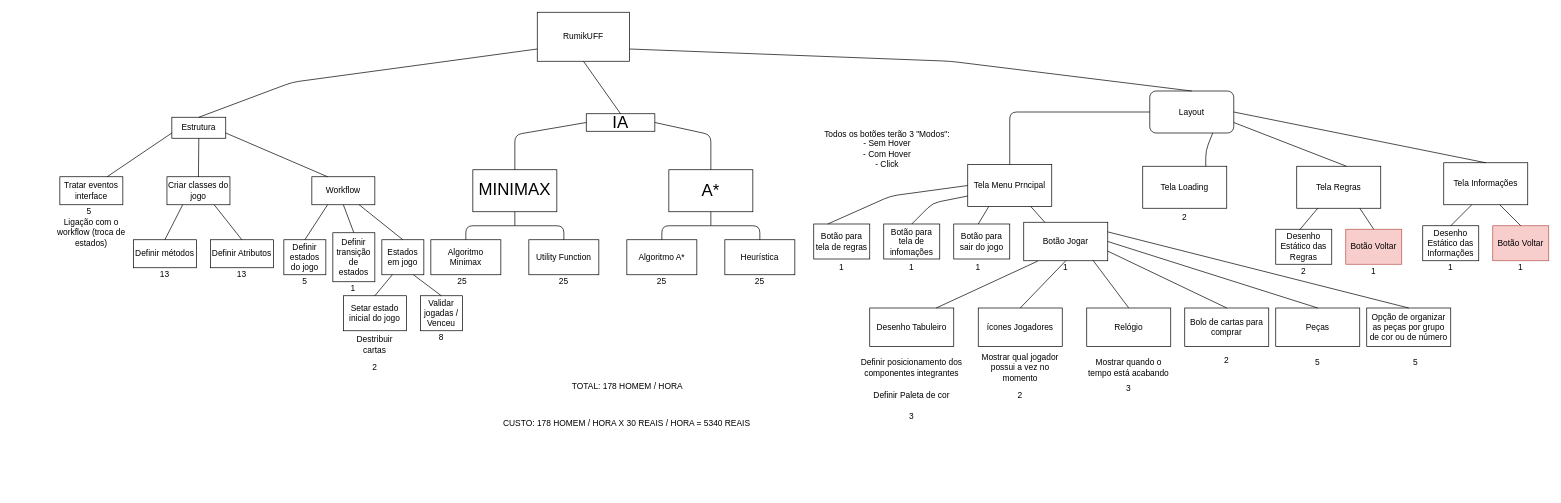
This is Arquivos de gestão/Geral/EAP Geral + Poker com custo calculado.drawio from marcosousa-uff/Rummikuff, a draw.io file, before an edit. Source tidied: cells renumbered, new cells numbered last; positions are measured from the earlier drawing's top-left corner, leaving out a move shared by most shapes. Both pictures are drawn from the tidied source at 70%, with x=0, y=0 at pixel (49, 12).
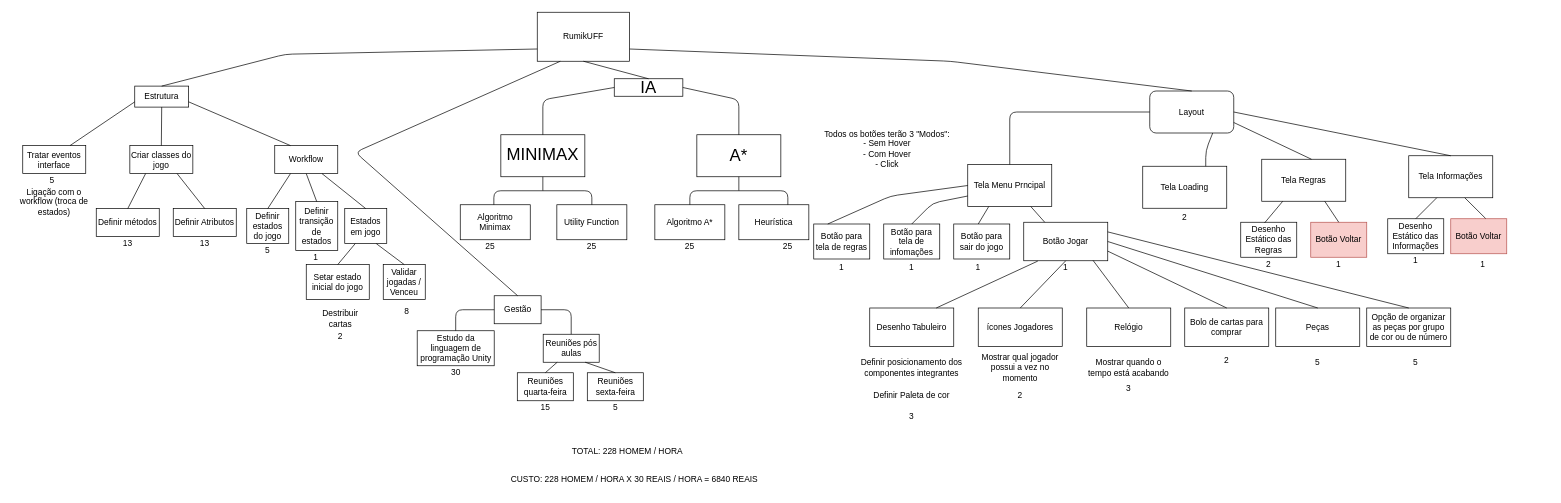
The same page after the edit.

Commit message (it also covers changes not shown here):
Atualizando uma nova árvore de reuniões

The change refers to these unchanged cells:
```xml
<mxCell id="2" value="RumikUFF" style="rounded=0;whiteSpace=wrap;html=1;" parent="1" vertex="1">
  <mxGeometry x="697" width="132" height="70" as="geometry" />
</mxCell>
```

The edit, as a diff of the source:
```diff
@@
     <mxCell id="3" value="Estrutura&lt;br&gt;" style="rounded=0;whiteSpace=wrap;html=1;" parent="1" vertex="1">
-      <mxGeometry x="175" y="150" width="77" height="30" as="geometry" />
+      <mxGeometry x="122" y="105.5" width="77" height="30" as="geometry" />
     </mxCell>
     <mxCell id="4" value="Tratar eventos interface&lt;br&gt;" style="rounded=0;whiteSpace=wrap;html=1;" parent="1" vertex="1">
-      <mxGeometry x="15" y="235" width="90" height="40" as="geometry" />
+      <mxGeometry x="-38" y="190.5" width="90" height="40" as="geometry" />
     </mxCell>
     <mxCell id="5" value="Criar classes do jogo&lt;br&gt;" style="rounded=0;whiteSpace=wrap;html=1;" parent="1" vertex="1">
-      <mxGeometry x="168" y="235" width="90" height="40" as="geometry" />
+      <mxGeometry x="115" y="190.5" width="90" height="40" as="geometry" />
     </mxCell>
     <mxCell id="6" value="Workflow&lt;br&gt;" style="rounded=0;whiteSpace=wrap;html=1;" parent="1" vertex="1">
-      <mxGeometry x="375" y="235" width="90" height="40" as="geometry" />
+      <mxGeometry x="322" y="190.5" width="90" height="40" as="geometry" />
     </mxCell>
     <mxCell id="7" value="Ligação com o workflow (troca de estados)&lt;br&gt;" style="text;html=1;strokeColor=none;fillColor=none;align=center;verticalAlign=middle;whiteSpace=wrap;rounded=0;" parent="1" vertex="1">
-      <mxGeometry y="295" width="120" height="40" as="geometry" />
+      <mxGeometry x="-53" y="250.5" width="120" height="40" as="geometry" />
     </mxCell>
     <mxCell id="8" value="Definir métodos&lt;br&gt;" style="rounded=0;whiteSpace=wrap;html=1;" parent="1" vertex="1">
-      <mxGeometry x="120" y="325" width="90" height="40" as="geometry" />
+      <mxGeometry x="67" y="280.5" width="90" height="40" as="geometry" />
     </mxCell>
     <mxCell id="9" value="Definir Atributos&lt;br&gt;" style="rounded=0;whiteSpace=wrap;html=1;" parent="1" vertex="1">
-      <mxGeometry x="230" y="325" width="90" height="40" as="geometry" />
+      <mxGeometry x="177" y="280.5" width="90" height="40" as="geometry" />
     </mxCell>
     <mxCell id="10" value="Definir estados do jogo&lt;br&gt;" style="rounded=0;whiteSpace=wrap;html=1;" parent="1" vertex="1">
-      <mxGeometry x="335" y="325" width="60" height="50" as="geometry" />
+      <mxGeometry x="282" y="280.5" width="60" height="50" as="geometry" />
     </mxCell>
     <mxCell id="11" value="Definir transição de estados&lt;br&gt;" style="rounded=0;whiteSpace=wrap;html=1;" parent="1" vertex="1">
-      <mxGeometry x="405" y="315" width="60" height="70" as="geometry" />
+      <mxGeometry x="352" y="270.5" width="60" height="70" as="geometry" />
     </mxCell>
     <mxCell id="12" value="Estados em jogo&lt;br&gt;" style="rounded=0;whiteSpace=wrap;html=1;" parent="1" vertex="1">
-      <mxGeometry x="475" y="325" width="60" height="50" as="geometry" />
+      <mxGeometry x="422" y="280.5" width="60" height="50" as="geometry" />
     </mxCell>
     <mxCell id="13" value="Setar estado inicial do jogo&lt;br&gt;" style="rounded=0;whiteSpace=wrap;html=1;" parent="1" vertex="1">
-      <mxGeometry x="420" y="405" width="90" height="50" as="geometry" />
+      <mxGeometry x="367" y="360.5" width="90" height="50" as="geometry" />
     </mxCell>
     <mxCell id="14" value="Validar jogadas / Venceu&lt;br&gt;" style="rounded=0;whiteSpace=wrap;html=1;" parent="1" vertex="1">
-      <mxGeometry x="530" y="405" width="60" height="50" as="geometry" />
+      <mxGeometry x="477" y="360.5" width="60" height="50" as="geometry" />
     </mxCell>
     <mxCell id="15" value="Destribuir cartas" style="text;html=1;strokeColor=none;fillColor=none;align=center;verticalAlign=middle;whiteSpace=wrap;rounded=0;" parent="1" vertex="1">
-      <mxGeometry x="435" y="460" width="60" height="30" as="geometry" />
+      <mxGeometry x="385.5" y="423" width="60" height="30" as="geometry" />
     </mxCell>
@@
     <mxCell id="26" value="&lt;p&gt;&lt;font face=&quot;Helvetica&quot; style=&quot;font-size: 24px&quot;&gt;IA&lt;/font&gt;&lt;/p&gt;" style="rounded=0;whiteSpace=wrap;html=1;" parent="1" vertex="1">
-      <mxGeometry x="767" y="145" width="98" height="25" as="geometry" />
+      <mxGeometry x="807" y="95" width="98" height="25" as="geometry" />
     </mxCell>
     <mxCell id="27" value="&lt;pre style=&quot;font-size: 24px&quot;&gt;&lt;font face=&quot;Helvetica&quot;&gt;MINIMAX&lt;/font&gt;&lt;/pre&gt;" style="rounded=0;whiteSpace=wrap;html=1;" parent="1" vertex="1">
-      <mxGeometry x="605" y="225" width="120" height="60" as="geometry" />
+      <mxGeometry x="645" y="175" width="120" height="60" as="geometry" />
     </mxCell>
     <mxCell id="28" value="&lt;pre&gt;&lt;font style=&quot;font-size: 24px&quot; face=&quot;Helvetica&quot;&gt;A*&lt;/font&gt;&lt;/pre&gt;" style="rounded=0;whiteSpace=wrap;html=1;" parent="1" vertex="1">
-      <mxGeometry x="885" y="225" width="120" height="60" as="geometry" />
+      <mxGeometry x="925" y="175" width="120" height="60" as="geometry" />
     </mxCell>
     <mxCell id="29" value="Algoritmo Minimax" style="rounded=0;whiteSpace=wrap;html=1;" parent="1" vertex="1">
-      <mxGeometry x="545" y="325" width="100" height="50" as="geometry" />
+      <mxGeometry x="587" y="275" width="100" height="50" as="geometry" />
     </mxCell>
     <mxCell id="30" value="Utility Function&lt;br&gt;" style="rounded=0;whiteSpace=wrap;html=1;" parent="1" vertex="1">
-      <mxGeometry x="685" y="325" width="100" height="50" as="geometry" />
+      <mxGeometry x="725" y="275" width="100" height="50" as="geometry" />
     </mxCell>
     <mxCell id="31" value="Algoritmo A*" style="rounded=0;whiteSpace=wrap;html=1;" parent="1" vertex="1">
-      <mxGeometry x="825" y="325" width="100" height="50" as="geometry" />
+      <mxGeometry x="865" y="275" width="100" height="50" as="geometry" />
     </mxCell>
     <mxCell id="32" value="Heurística" style="rounded=0;whiteSpace=wrap;html=1;" parent="1" vertex="1">
-      <mxGeometry x="965" y="325" width="100" height="50" as="geometry" />
+      <mxGeometry x="985" y="275" width="100" height="50" as="geometry" />
     </mxCell>
     <mxCell id="33" style="endArrow=none;html=1;exitX=0;exitY=0.5;exitDx=0;exitDy=0;entryX=0.5;entryY=0;entryDx=0;entryDy=0;" parent="1" edge="1" source="26" target="27">
       <mxGeometry relative="1" as="geometry">
         <Array as="points">
-          <mxPoint x="665" y="175" />
+          <mxPoint x="705" y="125" />
         </Array>
       </mxGeometry>
     </mxCell>
     <mxCell id="34" style="endArrow=none;html=1;entryX=1;entryY=0.5;entryDx=0;entryDy=0;exitX=0.5;exitY=0;exitDx=0;exitDy=0;" parent="1" edge="1" source="28" target="26">
       <mxGeometry relative="1" as="geometry">
         <Array as="points">
-          <mxPoint x="945" y="175" />
+          <mxPoint x="985" y="125" />
         </Array>
       </mxGeometry>
     </mxCell>
-    <mxCell id="35" style="endArrow=none;html=1;entryX=0.5;entryY=0;entryDx=0;entryDy=0;" parent="1" edge="1" target="29">
+    <mxCell id="35" style="endArrow=none;html=1;entryX=0.5;entryY=0;entryDx=0;entryDy=0;" parent="1" edge="1">
       <mxGeometry relative="1" as="geometry">
-        <mxPoint x="665" y="305" as="sourcePoint" />
+        <mxPoint x="705" y="255" as="sourcePoint" />
+        <mxPoint x="635" y="275" as="targetPoint" />
         <Array as="points">
-          <mxPoint x="595" y="305" />
+          <mxPoint x="635" y="255" />
         </Array>
       </mxGeometry>
     </mxCell>
     <mxCell id="36" style="endArrow=none;html=1;entryX=0.5;entryY=0;entryDx=0;entryDy=0;" parent="1" edge="1" target="30">
       <mxGeometry relative="1" as="geometry">
-        <mxPoint x="665" y="305" as="sourcePoint" />
+        <mxPoint x="705" y="255" as="sourcePoint" />
         <Array as="points">
-          <mxPoint x="735" y="305" />
+          <mxPoint x="775" y="255" />
         </Array>
       </mxGeometry>
     </mxCell>
     <mxCell id="37" style="endArrow=none;html=1;exitX=0.5;exitY=1;exitDx=0;exitDy=0;" parent="1" edge="1" source="27">
       <mxGeometry relative="1" as="geometry">
-        <mxPoint x="665" y="305" as="targetPoint" />
+        <mxPoint x="705" y="255" as="targetPoint" />
       </mxGeometry>
     </mxCell>
     <mxCell id="38" style="endArrow=none;html=1;entryX=0.5;entryY=0;entryDx=0;entryDy=0;" parent="1" edge="1" target="31">
       <mxGeometry relative="1" as="geometry">
-        <mxPoint x="945" y="305" as="sourcePoint" />
+        <mxPoint x="985" y="255" as="sourcePoint" />
         <Array as="points">
-          <mxPoint x="875" y="305" />
+          <mxPoint x="915" y="255" />
         </Array>
       </mxGeometry>
     </mxCell>
-    <mxCell id="39" style="endArrow=none;html=1;entryX=0.5;entryY=0;entryDx=0;entryDy=0;" parent="1" edge="1" target="32">
+    <mxCell id="39" style="endArrow=none;html=1;entryX=0.5;entryY=0;entryDx=0;entryDy=0;" parent="1" edge="1">
       <mxGeometry relative="1" as="geometry">
-        <mxPoint x="945" y="305" as="sourcePoint" />
+        <mxPoint x="985" y="255" as="sourcePoint" />
+        <mxPoint x="1055" y="275" as="targetPoint" />
         <Array as="points">
-          <mxPoint x="1015" y="305" />
+          <mxPoint x="1055" y="255" />
         </Array>
       </mxGeometry>
     </mxCell>
     <mxCell id="40" style="endArrow=none;html=1;entryX=0.5;entryY=1;entryDx=0;entryDy=0;" parent="1" edge="1" target="28">
       <mxGeometry relative="1" as="geometry">
-        <mxPoint x="945" y="305" as="sourcePoint" />
+        <mxPoint x="985" y="255" as="sourcePoint" />
       </mxGeometry>
     </mxCell>
@@
     <mxCell id="44" value="Tela Regras" style="rounded=0;whiteSpace=wrap;html=1;" parent="1" vertex="1">
-      <mxGeometry x="1782" y="220" width="120" height="60" as="geometry" />
+      <mxGeometry x="1732" y="210" width="120" height="60" as="geometry" />
     </mxCell>
     <mxCell id="45" value="Tela Informações" style="rounded=0;whiteSpace=wrap;html=1;" parent="1" vertex="1">
-      <mxGeometry x="1992" y="215" width="120" height="60" as="geometry" />
+      <mxGeometry x="1942" y="205" width="120" height="60" as="geometry" />
     </mxCell>
     <mxCell id="46" value="Desenho Estático das Informações&lt;br&gt;" style="rounded=0;whiteSpace=wrap;html=1;" parent="1" vertex="1">
-      <mxGeometry x="1962" y="305" width="80" height="50" as="geometry" />
+      <mxGeometry x="1912" y="295" width="80" height="50" as="geometry" />
     </mxCell>
     <mxCell id="47" value="Botão Voltar&lt;br&gt;" style="rounded=0;whiteSpace=wrap;html=1;fillColor=#f8cecc;strokeColor=#b85450;" parent="1" vertex="1">
-      <mxGeometry x="2062" y="305" width="80" height="50" as="geometry" />
+      <mxGeometry x="2002" y="295" width="80" height="50" as="geometry" />
     </mxCell>
     <mxCell id="48" value="Desenho Estático das Regras&lt;br&gt;" style="rounded=0;whiteSpace=wrap;html=1;" parent="1" vertex="1">
-      <mxGeometry x="1752" y="310" width="80" height="50" as="geometry" />
+      <mxGeometry x="1702" y="300" width="80" height="50" as="geometry" />
     </mxCell>
     <mxCell id="49" value="Botão Voltar&lt;br&gt;" style="rounded=0;whiteSpace=wrap;html=1;fillColor=#f8cecc;strokeColor=#b85450;" parent="1" vertex="1">
-      <mxGeometry x="1852" y="310" width="80" height="50" as="geometry" />
+      <mxGeometry x="1802" y="300" width="80" height="50" as="geometry" />
     </mxCell>
@@
     <mxCell id="65" style="endArrow=none;html=1;exitX=0.5;exitY=0;exitDx=0;exitDy=0;" parent="1" edge="1" source="46">
       <mxGeometry relative="1" as="geometry">
-        <mxPoint x="2032" y="275" as="targetPoint" />
+        <mxPoint x="1982" y="265" as="targetPoint" />
       </mxGeometry>
     </mxCell>
-    <mxCell id="66" style="endArrow=none;html=1;exitX=0.5;exitY=0;exitDx=0;exitDy=0;" parent="1" edge="1" source="47">
+    <mxCell id="66" style="endArrow=none;html=1;exitX=0.5;exitY=0;exitDx=0;exitDy=0;" parent="1" edge="1">
       <mxGeometry relative="1" as="geometry">
-        <mxPoint x="2072" y="275" as="targetPoint" />
+        <mxPoint x="2051.9" y="294.7" as="sourcePoint" />
+        <mxPoint x="2022" y="265" as="targetPoint" />
       </mxGeometry>
     </mxCell>
@@
     <mxCell id="83" style="endArrow=none;html=1;entryX=0;entryY=0.75;entryDx=0;entryDy=0;exitX=0.5;exitY=0;exitDx=0;exitDy=0;" parent="1" edge="1" source="3" target="2">
       <mxGeometry relative="1" as="geometry">
         <Array as="points">
-          <mxPoint x="347" y="100" />
+          <mxPoint x="337" y="60" />
         </Array>
       </mxGeometry>
     </mxCell>
@@
     <mxCell id="86" value="5" style="text;html=1;strokeColor=none;fillColor=none;align=center;verticalAlign=middle;whiteSpace=wrap;rounded=0;" parent="1" vertex="1">
-      <mxGeometry x="37" y="275" width="40" height="20" as="geometry" />
+      <mxGeometry x="-16" y="230.5" width="40" height="20" as="geometry" />
     </mxCell>
     <mxCell id="87" value="13" style="text;html=1;strokeColor=none;fillColor=none;align=center;verticalAlign=middle;whiteSpace=wrap;rounded=0;" parent="1" vertex="1">
-      <mxGeometry x="145" y="365" width="40" height="20" as="geometry" />
+      <mxGeometry x="92" y="320.5" width="40" height="20" as="geometry" />
     </mxCell>
     <mxCell id="88" value="13" style="text;html=1;strokeColor=none;fillColor=none;align=center;verticalAlign=middle;whiteSpace=wrap;rounded=0;" parent="1" vertex="1">
-      <mxGeometry x="255" y="365" width="40" height="20" as="geometry" />
+      <mxGeometry x="202" y="320.5" width="40" height="20" as="geometry" />
     </mxCell>
     <mxCell id="89" value="5" style="text;html=1;strokeColor=none;fillColor=none;align=center;verticalAlign=middle;whiteSpace=wrap;rounded=0;" parent="1" vertex="1">
-      <mxGeometry x="345" y="375" width="40" height="20" as="geometry" />
+      <mxGeometry x="292" y="330.5" width="40" height="20" as="geometry" />
     </mxCell>
     <mxCell id="90" value="1" style="text;html=1;strokeColor=none;fillColor=none;align=center;verticalAlign=middle;whiteSpace=wrap;rounded=0;" parent="1" vertex="1">
-      <mxGeometry x="414" y="385" width="40" height="20" as="geometry" />
+      <mxGeometry x="361" y="340.5" width="40" height="20" as="geometry" />
     </mxCell>
     <mxCell id="91" value="2" style="text;html=1;strokeColor=none;fillColor=none;align=center;verticalAlign=middle;whiteSpace=wrap;rounded=0;" parent="1" vertex="1">
-      <mxGeometry x="445" y="497.5" width="40" height="20" as="geometry" />
+      <mxGeometry x="395.5" y="453" width="40" height="20" as="geometry" />
     </mxCell>
     <mxCell id="92" value="8" style="text;html=1;strokeColor=none;fillColor=none;align=center;verticalAlign=middle;whiteSpace=wrap;rounded=0;" parent="1" vertex="1">
-      <mxGeometry x="540" y="455" width="40" height="20" as="geometry" />
+      <mxGeometry x="490.5" y="418" width="40" height="20" as="geometry" />
     </mxCell>
     <mxCell id="93" value="25" style="text;html=1;strokeColor=none;fillColor=none;align=center;verticalAlign=middle;whiteSpace=wrap;rounded=0;" parent="1" vertex="1">
-      <mxGeometry x="570" y="375" width="40" height="20" as="geometry" />
+      <mxGeometry x="610" y="325" width="40" height="20" as="geometry" />
     </mxCell>
     <mxCell id="94" value="25" style="text;html=1;strokeColor=none;fillColor=none;align=center;verticalAlign=middle;whiteSpace=wrap;rounded=0;" parent="1" vertex="1">
-      <mxGeometry x="715" y="375" width="40" height="20" as="geometry" />
+      <mxGeometry x="755" y="325" width="40" height="20" as="geometry" />
     </mxCell>
     <mxCell id="95" value="25" style="text;html=1;strokeColor=none;fillColor=none;align=center;verticalAlign=middle;whiteSpace=wrap;rounded=0;" parent="1" vertex="1">
-      <mxGeometry x="855" y="375" width="40" height="20" as="geometry" />
+      <mxGeometry x="895" y="325" width="40" height="20" as="geometry" />
     </mxCell>
     <mxCell id="96" value="25" style="text;html=1;strokeColor=none;fillColor=none;align=center;verticalAlign=middle;whiteSpace=wrap;rounded=0;" parent="1" vertex="1">
-      <mxGeometry x="995" y="375" width="40" height="20" as="geometry" />
+      <mxGeometry x="1035" y="325" width="40" height="20" as="geometry" />
     </mxCell>
@@
     <mxCell id="102" value="2" style="text;html=1;strokeColor=none;fillColor=none;align=center;verticalAlign=middle;whiteSpace=wrap;rounded=0;" parent="1" vertex="1">
-      <mxGeometry x="1772" y="360" width="40" height="20" as="geometry" />
+      <mxGeometry x="1722" y="350" width="40" height="20" as="geometry" />
     </mxCell>
     <mxCell id="103" value="1" style="text;html=1;strokeColor=none;fillColor=none;align=center;verticalAlign=middle;whiteSpace=wrap;rounded=0;" parent="1" vertex="1">
-      <mxGeometry x="1872" y="360" width="40" height="20" as="geometry" />
+      <mxGeometry x="1822" y="350" width="40" height="20" as="geometry" />
     </mxCell>
     <mxCell id="104" value="1" style="text;html=1;strokeColor=none;fillColor=none;align=center;verticalAlign=middle;whiteSpace=wrap;rounded=0;" parent="1" vertex="1">
-      <mxGeometry x="1982" y="355" width="40" height="20" as="geometry" />
+      <mxGeometry x="1932" y="345" width="40" height="20" as="geometry" />
     </mxCell>
     <mxCell id="105" value="1" style="text;html=1;strokeColor=none;fillColor=none;align=center;verticalAlign=middle;whiteSpace=wrap;rounded=0;" parent="1" vertex="1">
-      <mxGeometry x="2082" y="355" width="40" height="20" as="geometry" />
+      <mxGeometry x="2028" y="350" width="40" height="20" as="geometry" />
     </mxCell>
@@
-    <mxCell id="112" value="TOTAL: 178 HOMEM / HORA" style="text;html=1;strokeColor=none;fillColor=none;align=center;verticalAlign=middle;whiteSpace=wrap;rounded=0;" parent="1" vertex="1">
-      <mxGeometry x="625" y="518" width="402" height="33" as="geometry" />
+    <mxCell id="112" value="TOTAL: 228 HOMEM / HORA" style="text;html=1;strokeColor=none;fillColor=none;align=center;verticalAlign=middle;whiteSpace=wrap;rounded=0;" parent="1" vertex="1">
+      <mxGeometry x="625" y="610" width="402" height="33" as="geometry" />
     </mxCell>
-    <mxCell id="113" value="CUSTO: 178 HOMEM / HORA X 30 REAIS / HORA = 5340 REAIS" style="text;html=1;strokeColor=none;fillColor=none;align=center;verticalAlign=middle;whiteSpace=wrap;rounded=0;" parent="1" vertex="1">
-      <mxGeometry x="624" y="571" width="402" height="33" as="geometry" />
+    <mxCell id="113" value="CUSTO: 228 HOMEM / HORA X 30 REAIS / HORA = 6840 REAIS" style="text;html=1;strokeColor=none;fillColor=none;align=center;verticalAlign=middle;whiteSpace=wrap;rounded=0;" parent="1" vertex="1">
+      <mxGeometry x="635" y="650" width="402" height="33" as="geometry" />
     </mxCell>
+    <mxCell id="114" value="Gestão" style="rounded=0;whiteSpace=wrap;html=1;" parent="1" vertex="1">
+      <mxGeometry x="635.5" y="405" width="67" height="40" as="geometry" />
+    </mxCell>
+    <mxCell id="115" value="Reuniões pós aulas" style="rounded=0;whiteSpace=wrap;html=1;" parent="1" vertex="1">
+      <mxGeometry x="705.5" y="460" width="80" height="40" as="geometry" />
+    </mxCell>
+    <mxCell id="116" value="Estudo da linguagem de programação Unity" style="rounded=0;whiteSpace=wrap;html=1;" parent="1" vertex="1">
+      <mxGeometry x="525.5" y="455" width="110" height="50" as="geometry" />
+    </mxCell>
+    <mxCell id="117" value="Reuniões quarta-feira" style="rounded=0;whiteSpace=wrap;html=1;" parent="1" vertex="1">
+      <mxGeometry x="668.5" y="515" width="80" height="40" as="geometry" />
+    </mxCell>
+    <mxCell id="118" value="Reuniões sexta-feira" style="rounded=0;whiteSpace=wrap;html=1;" parent="1" vertex="1">
+      <mxGeometry x="768.5" y="515" width="80" height="40" as="geometry" />
+    </mxCell>
+    <mxCell id="119" style="endArrow=none;html=1;entryX=0;entryY=0.5;entryDx=0;entryDy=0;exitX=0.5;exitY=0;exitDx=0;exitDy=0;" parent="1" edge="1" source="116" target="114">
+      <mxGeometry relative="1" as="geometry">
+        <Array as="points">
+          <mxPoint x="580.5" y="425" />
+        </Array>
+      </mxGeometry>
+    </mxCell>
+    <mxCell id="120" style="endArrow=none;html=1;entryX=1;entryY=0.5;entryDx=0;entryDy=0;exitX=0.5;exitY=0;exitDx=0;exitDy=0;" parent="1" edge="1" source="115" target="114">
+      <mxGeometry relative="1" as="geometry">
+        <Array as="points">
+          <mxPoint x="745.5" y="425" />
+        </Array>
+      </mxGeometry>
+    </mxCell>
+    <mxCell id="121" style="endArrow=none;html=1;entryX=0.5;entryY=0;entryDx=0;entryDy=0;exitX=0.25;exitY=1;exitDx=0;exitDy=0;" parent="1" edge="1" source="115" target="117">
+      <mxGeometry relative="1" as="geometry" />
+    </mxCell>
+    <mxCell id="122" style="endArrow=none;html=1;entryX=0.5;entryY=0;entryDx=0;entryDy=0;exitX=0.75;exitY=1;exitDx=0;exitDy=0;" parent="1" edge="1" source="115" target="118">
+      <mxGeometry relative="1" as="geometry" />
+    </mxCell>
+    <mxCell id="123" value="30" style="text;html=1;strokeColor=none;fillColor=none;align=center;verticalAlign=middle;whiteSpace=wrap;rounded=0;" parent="1" vertex="1">
+      <mxGeometry x="560.5" y="505" width="40" height="20" as="geometry" />
+    </mxCell>
+    <mxCell id="124" value="15" style="text;html=1;strokeColor=none;fillColor=none;align=center;verticalAlign=middle;whiteSpace=wrap;rounded=0;" parent="1" vertex="1">
+      <mxGeometry x="688.5" y="555" width="40" height="20" as="geometry" />
+    </mxCell>
+    <mxCell id="125" value="5" style="text;html=1;strokeColor=none;fillColor=none;align=center;verticalAlign=middle;whiteSpace=wrap;rounded=0;" parent="1" vertex="1">
+      <mxGeometry x="788.5" y="555" width="40" height="20" as="geometry" />
+    </mxCell>
+    <mxCell id="126" style="endArrow=none;html=1;entryX=0.5;entryY=0;entryDx=0;entryDy=0;exitX=0.25;exitY=1;exitDx=0;exitDy=0;" parent="1" edge="1" source="2" target="114">
+      <mxGeometry relative="1" as="geometry">
+        <Array as="points">
+          <mxPoint x="437" y="200" />
+        </Array>
+      </mxGeometry>
+    </mxCell>
```
